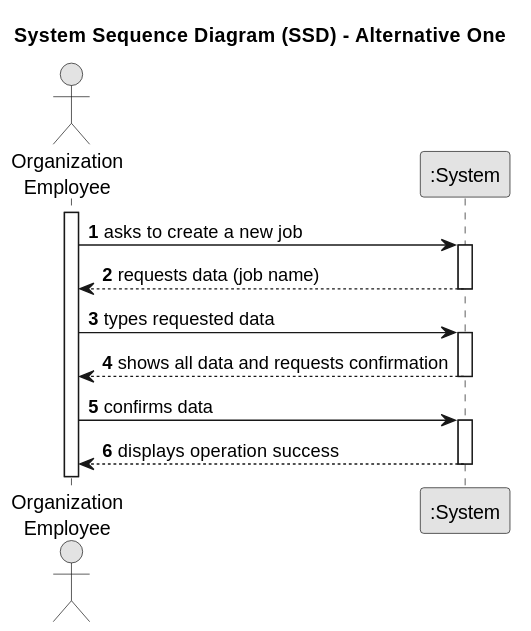
Before: docs/sprintA/us002/01.requirements-engineering/svg/us002-system-sequence-diagram.svg, a diagram exported from PlantUML (yusufyilmaz00/Integral-Project-ISEP). The source it was exported from:
```plantuml
@startuml
skinparam monochrome true
skinparam packageStyle rectangle
skinparam shadowing false

title System Sequence Diagram (SSD) - Alternative One

autonumber

actor "Organization\nEmployee" as Employee
participant ":System" as System

activate Employee

    Employee -> System : asks to create a new job
    activate System

        System --> Employee : requests data (job name)
    deactivate System

    Employee -> System : types requested data
    activate System

    System --> Employee : shows all data and requests confirmation
    deactivate System

    Employee -> System : confirms data
    activate System

        System --> Employee : displays operation success
    deactivate System
@enduml
```
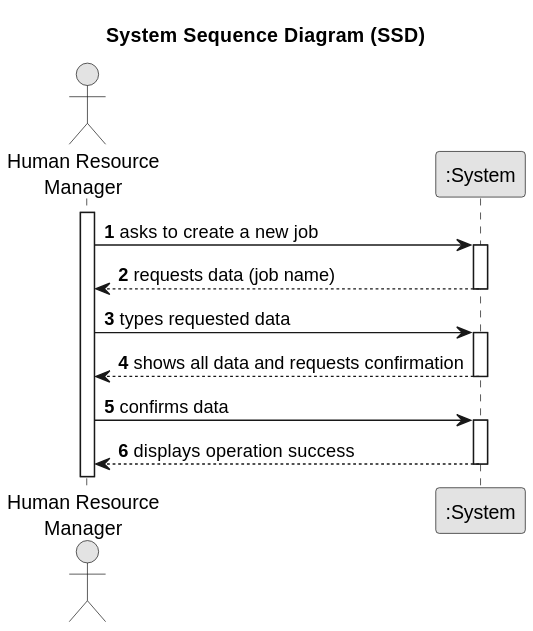
The same diagram one commit later.

Commit message:
us002 sequence diagram's title changed

What changed in the source:
```diff
@@ -3,30 +3,30 @@
 skinparam packageStyle rectangle
 skinparam shadowing false
 
-title System Sequence Diagram (SSD) - Alternative One
+title System Sequence Diagram (SSD)
 
 autonumber
 
-actor "Organization\nEmployee" as Employee
+actor "Human Resource\nManager" as Manager
 participant ":System" as System
 
-activate Employee
+activate Manager
 
-    Employee -> System : asks to create a new job
+    Manager -> System : asks to create a new job
     activate System
 
-        System --> Employee : requests data (job name)
+        System --> Manager : requests data (job name)
     deactivate System
 
-    Employee -> System : types requested data
+    Manager -> System : types requested data
     activate System
 
-    System --> Employee : shows all data and requests confirmation
+    System --> Manager : shows all data and requests confirmation
     deactivate System
 
-    Employee -> System : confirms data
+    Manager -> System : confirms data
     activate System
 
-        System --> Employee : displays operation success
+        System --> Manager : displays operation success
     deactivate System
 @enduml
```
